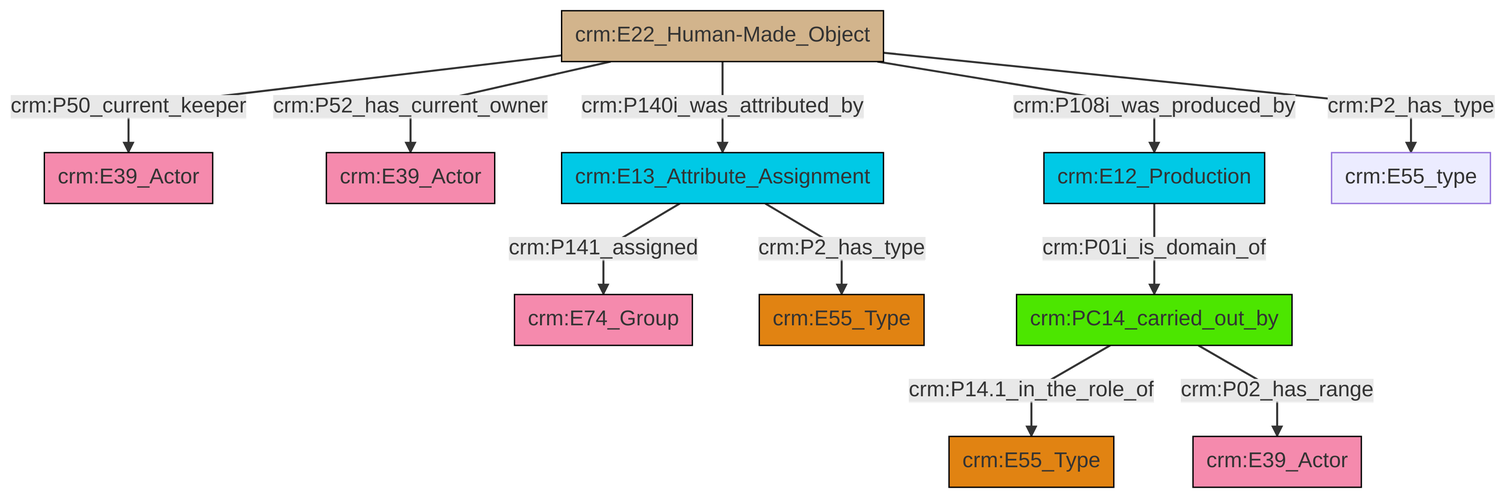
This is et/artworkCSV/ttl/mmd/png/Artwork_Actor_Relations.png from swiss-art-research-net/reference-data-models, a Mermaid export, as it was before one commit. Its source is kept beside it as et/artworkCSV/ttl/mmd/Artwork_Actor_Relations.ttl.mmd.
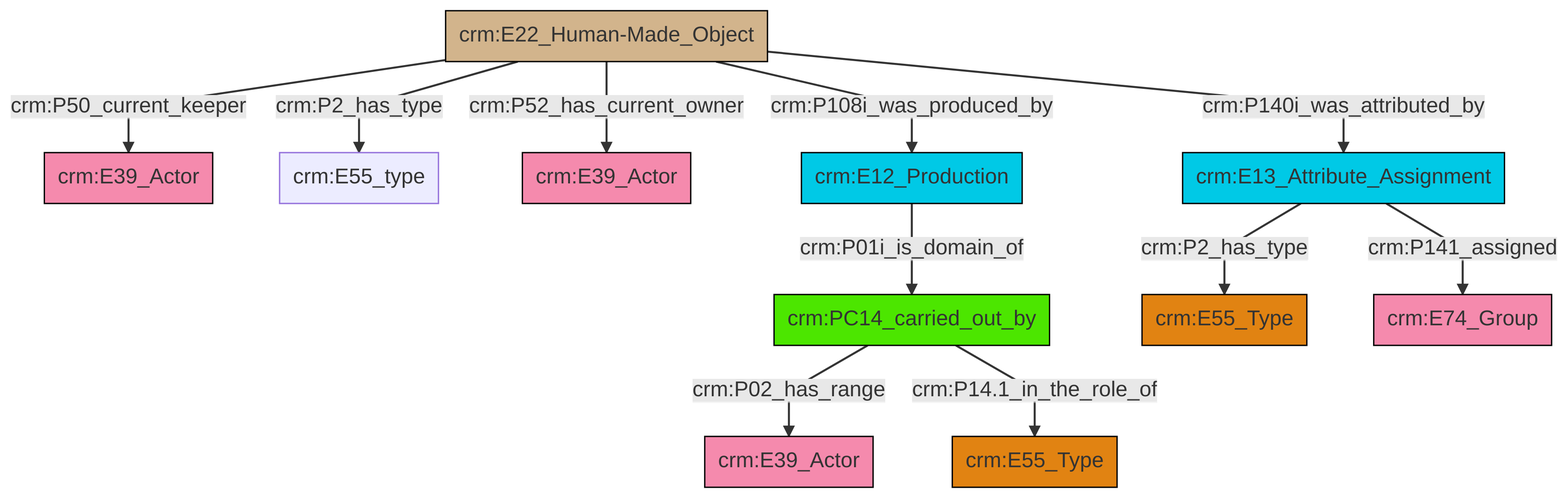
After the change.

Change to the diagram source:
```diff
@@ -13,13 +13,13 @@
 classDef PC_Classes fill:#4ce600, stroke:#000000;
 classDef Multi fill:#cccccc,stroke:#000000;
 
-2["crm:E22_Human-Made_Object"]:::Physical_Thing -->|crm:P52_has_current_owner| 3["crm:E39_Actor"]:::Actor
-2["crm:E22_Human-Made_Object"]:::Physical_Thing -->|crm:P108i_was_produced_by| 4["crm:E12_Production"]:::Temporal_Entity
-11["crm:PC14_carried_out_by"]:::PC_Classes -->|crm:P14.1_in_the_role_of| 12["crm:E55_Type"]:::Type
-11["crm:PC14_carried_out_by"]:::PC_Classes -->|crm:P02_has_range| 5["crm:E39_Actor"]:::Actor
-4["crm:E12_Production"]:::Temporal_Entity -->|crm:P01i_is_domain_of| 11["crm:PC14_carried_out_by"]:::PC_Classes
-2["crm:E22_Human-Made_Object"]:::Physical_Thing -->|crm:P140i_was_attributed_by| 15["crm:E13_Attribute_Assignment"]:::Temporal_Entity
-15["crm:E13_Attribute_Assignment"]:::Temporal_Entity -->|crm:P2_has_type| 9["crm:E55_Type"]:::Type
-2["crm:E22_Human-Made_Object"]:::Physical_Thing -->|crm:P2_has_type| 18["crm:E55_type"]:::Default
-2["crm:E22_Human-Made_Object"]:::Physical_Thing -->|crm:P50_current_keeper| 0["crm:E39_Actor"]:::Actor
-15["crm:E13_Attribute_Assignment"]:::Temporal_Entity -->|crm:P141_assigned| 7["crm:E74_Group"]:::Actor
+4["crm:E22_Human-Made_Object"]:::Physical_Thing -->|crm:P50_current_keeper| 5["crm:E39_Actor"]:::Actor
+0["crm:PC14_carried_out_by"]:::PC_Classes -->|crm:P02_has_range| 6["crm:E39_Actor"]:::Actor
+4["crm:E22_Human-Made_Object"]:::Physical_Thing -->|crm:P2_has_type| 7["crm:E55_type"]:::Default
+0["crm:PC14_carried_out_by"]:::PC_Classes -->|crm:P14.1_in_the_role_of| 12["crm:E55_Type"]:::Type
+4["crm:E22_Human-Made_Object"]:::Physical_Thing -->|crm:P140i_was_attributed_by| 17["crm:E13_Attribute_Assignment"]:::Temporal_Entity
+4["crm:E22_Human-Made_Object"]:::Physical_Thing -->|crm:P52_has_current_owner| 8["crm:E39_Actor"]:::Actor
+17["crm:E13_Attribute_Assignment"]:::Temporal_Entity -->|crm:P141_assigned| 18["crm:E74_Group"]:::Actor
+4["crm:E22_Human-Made_Object"]:::Physical_Thing -->|crm:P108i_was_produced_by| 15["crm:E12_Production"]:::Temporal_Entity
+15["crm:E12_Production"]:::Temporal_Entity -->|crm:P01i_is_domain_of| 0["crm:PC14_carried_out_by"]:::PC_Classes
+17["crm:E13_Attribute_Assignment"]:::Temporal_Entity -->|crm:P2_has_type| 2["crm:E55_Type"]:::Type
```
